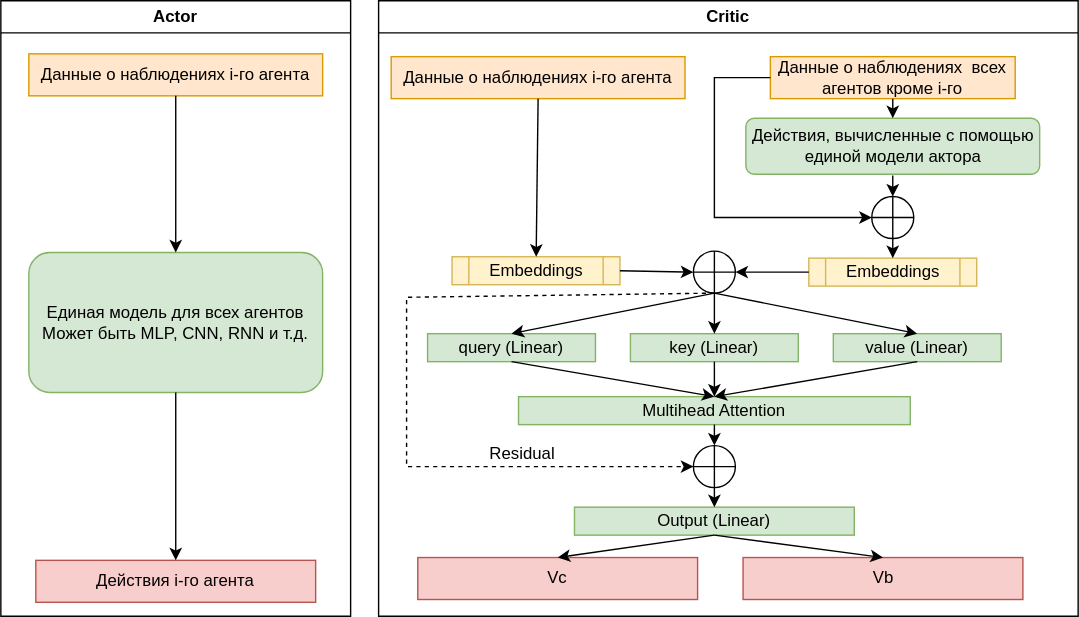
Before: Walker/MAPOCA/images/MAPOCA-schema.svg, a diagram exported from draw.io (ntrukhtanov/UnityModels). Source tidied: cells renumbered, new cells last; positions are measured from the earlier drawing's top-left corner, leaving out a move shared by most shapes. The source it was exported from:
```xml
<mxGraphModel>
  <root>
    <mxCell id="0" />
    <mxCell id="1" parent="0" />
    <mxCell id="2" value="Actor" style="swimlane;whiteSpace=wrap;html=1;" parent="1" vertex="1">
      <mxGeometry width="250" height="440" as="geometry" />
    </mxCell>
    <mxCell id="3" value="Единая модель для всех агентов&lt;br&gt;Может быть MLP, CNN, RNN и т.д." style="rounded=1;whiteSpace=wrap;html=1;fillColor=#d5e8d4;strokeColor=#82b366;" parent="2" vertex="1">
      <mxGeometry x="20" y="180" width="210" height="100" as="geometry" />
    </mxCell>
    <mxCell id="4" value="Действия i-го агента" style="text;html=1;strokeColor=#b85450;fillColor=#f8cecc;align=center;verticalAlign=middle;whiteSpace=wrap;rounded=0;" parent="2" vertex="1">
      <mxGeometry x="25" y="400" width="200" height="30" as="geometry" />
    </mxCell>
    <mxCell id="5" value="Данные о наблюдениях i-го агента" style="rounded=0;whiteSpace=wrap;html=1;fillColor=#ffe6cc;strokeColor=#d79b00;" parent="2" vertex="1">
      <mxGeometry x="20" y="38" width="210" height="30" as="geometry" />
    </mxCell>
    <mxCell id="6" style="endArrow=classic;html=1;rounded=0;exitX=0.5;exitY=1;exitDx=0;exitDy=0;entryX=0.5;entryY=0;entryDx=0;entryDy=0;" parent="2" edge="1" source="5" target="3">
      <mxGeometry relative="1" as="geometry" />
    </mxCell>
    <mxCell id="7" style="endArrow=classic;html=1;rounded=0;exitX=0.5;exitY=1;exitDx=0;exitDy=0;entryX=0.5;entryY=0;entryDx=0;entryDy=0;" parent="2" edge="1" source="3" target="4">
      <mxGeometry relative="1" as="geometry" />
    </mxCell>
    <mxCell id="8" value="Critic" style="swimlane;whiteSpace=wrap;html=1;" parent="1" vertex="1">
      <mxGeometry x="270" width="500" height="440" as="geometry" />
    </mxCell>
    <mxCell id="9" value="Действия, вычисленные с помощью единой модели актора" style="rounded=1;whiteSpace=wrap;html=1;fillColor=#d5e8d4;strokeColor=#82b366;" parent="8" vertex="1">
      <mxGeometry x="262.5" y="84" width="210" height="40" as="geometry" />
    </mxCell>
    <mxCell id="10" value="Vc" style="text;html=1;strokeColor=#b85450;fillColor=#f8cecc;align=center;verticalAlign=middle;whiteSpace=wrap;rounded=0;" parent="8" vertex="1">
      <mxGeometry x="28" y="398" width="200" height="30" as="geometry" />
    </mxCell>
    <mxCell id="11" value="Данные о наблюдениях i-го агента" style="rounded=0;whiteSpace=wrap;html=1;fillColor=#ffe6cc;strokeColor=#d79b00;" parent="8" vertex="1">
      <mxGeometry x="9" y="40" width="210" height="30" as="geometry" />
    </mxCell>
    <mxCell id="12" value="Embeddings" style="shape=process;whiteSpace=wrap;html=1;backgroundOutline=1;fillColor=#fff2cc;strokeColor=#d6b656;" parent="8" vertex="1">
      <mxGeometry x="52.5" y="183" width="120" height="20" as="geometry" />
    </mxCell>
    <mxCell id="13" style="endArrow=classic;html=1;rounded=0;exitX=0.5;exitY=1;exitDx=0;exitDy=0;" parent="8" edge="1" source="11" target="12">
      <mxGeometry relative="1" as="geometry" />
    </mxCell>
    <mxCell id="14" value="Данные о наблюдениях&amp;nbsp; всех агентов кроме i-го" style="rounded=0;whiteSpace=wrap;html=1;fillColor=#ffe6cc;strokeColor=#d79b00;" parent="8" vertex="1">
      <mxGeometry x="280" y="40" width="175" height="30" as="geometry" />
    </mxCell>
    <mxCell id="15" style="endArrow=classic;html=1;rounded=0;exitX=0.5;exitY=1;exitDx=0;exitDy=0;entryX=0.5;entryY=0;entryDx=0;entryDy=0;" parent="8" edge="1" source="14" target="9">
      <mxGeometry relative="1" as="geometry" />
    </mxCell>
    <mxCell id="16" value="Embeddings" style="shape=process;whiteSpace=wrap;html=1;backgroundOutline=1;fillColor=#fff2cc;strokeColor=#d6b656;" parent="8" vertex="1">
      <mxGeometry x="307.5" y="184" width="120" height="20" as="geometry" />
    </mxCell>
    <mxCell id="17" style="endArrow=classic;html=1;rounded=0;entryX=0.5;entryY=0;entryDx=0;entryDy=0;exitX=0.5;exitY=1;exitDx=0;exitDy=0;startArrow=none;" parent="8" edge="1" source="19" target="16">
      <mxGeometry relative="1" as="geometry" />
    </mxCell>
    <mxCell id="18" style="endArrow=classic;html=1;rounded=0;exitX=0;exitY=0.5;exitDx=0;exitDy=0;entryX=0;entryY=0.5;entryDx=0;entryDy=0;" parent="8" edge="1" source="14" target="19">
      <mxGeometry relative="1" as="geometry">
        <Array as="points">
          <mxPoint x="240" y="55" />
          <mxPoint x="240" y="155" />
        </Array>
      </mxGeometry>
    </mxCell>
    <mxCell id="19" style="shape=orEllipse;perimeter=ellipsePerimeter;whiteSpace=wrap;html=1;backgroundOutline=1;" parent="8" vertex="1">
      <mxGeometry x="352.5" y="140" width="30" height="30" as="geometry" />
    </mxCell>
    <mxCell id="20" value="query (Linear)" style="rounded=0;whiteSpace=wrap;html=1;fillColor=#d5e8d4;strokeColor=#82b366;" parent="8" vertex="1">
      <mxGeometry x="35" y="238" width="120" height="20" as="geometry" />
    </mxCell>
    <mxCell id="21" value="key (Linear)" style="rounded=0;whiteSpace=wrap;html=1;fillColor=#d5e8d4;strokeColor=#82b366;" parent="8" vertex="1">
      <mxGeometry x="180" y="238" width="120" height="20" as="geometry" />
    </mxCell>
    <mxCell id="22" value="value (Linear)" style="rounded=0;whiteSpace=wrap;html=1;fillColor=#d5e8d4;strokeColor=#82b366;" parent="8" vertex="1">
      <mxGeometry x="325" y="238" width="120" height="20" as="geometry" />
    </mxCell>
    <mxCell id="23" style="shape=orEllipse;perimeter=ellipsePerimeter;whiteSpace=wrap;html=1;backgroundOutline=1;" parent="8" vertex="1">
      <mxGeometry x="225" y="179" width="30" height="30" as="geometry" />
    </mxCell>
    <mxCell id="24" style="endArrow=classic;html=1;rounded=0;exitX=0;exitY=0.5;exitDx=0;exitDy=0;entryX=1;entryY=0.5;entryDx=0;entryDy=0;" parent="8" edge="1" source="16" target="23">
      <mxGeometry relative="1" as="geometry" />
    </mxCell>
    <mxCell id="25" style="endArrow=classic;html=1;rounded=0;exitX=1;exitY=0.5;exitDx=0;exitDy=0;entryX=0;entryY=0.5;entryDx=0;entryDy=0;" parent="8" edge="1" source="12" target="23">
      <mxGeometry relative="1" as="geometry" />
    </mxCell>
    <mxCell id="26" style="endArrow=classic;html=1;rounded=0;exitX=0.5;exitY=1;exitDx=0;exitDy=0;entryX=0.5;entryY=0;entryDx=0;entryDy=0;" parent="8" edge="1" source="23" target="20">
      <mxGeometry relative="1" as="geometry" />
    </mxCell>
    <mxCell id="27" style="endArrow=classic;html=1;rounded=0;exitX=0.5;exitY=1;exitDx=0;exitDy=0;entryX=0.5;entryY=0;entryDx=0;entryDy=0;" parent="8" edge="1" source="23" target="21">
      <mxGeometry relative="1" as="geometry" />
    </mxCell>
    <mxCell id="28" style="endArrow=classic;html=1;rounded=0;exitX=0.5;exitY=1;exitDx=0;exitDy=0;entryX=0.5;entryY=0;entryDx=0;entryDy=0;" parent="8" edge="1" source="23" target="22">
      <mxGeometry relative="1" as="geometry" />
    </mxCell>
    <mxCell id="29" value="Output (Linear)" style="rounded=0;whiteSpace=wrap;html=1;fillColor=#d5e8d4;strokeColor=#82b366;" parent="8" vertex="1">
      <mxGeometry x="140" y="362" width="200" height="20" as="geometry" />
    </mxCell>
    <mxCell id="30" value="Vb" style="text;html=1;strokeColor=#b85450;fillColor=#f8cecc;align=center;verticalAlign=middle;whiteSpace=wrap;rounded=0;" parent="8" vertex="1">
      <mxGeometry x="260.5" y="398" width="200" height="30" as="geometry" />
    </mxCell>
    <mxCell id="31" style="endArrow=classic;html=1;rounded=0;entryX=0.5;entryY=0;entryDx=0;entryDy=0;exitX=0.5;exitY=1;exitDx=0;exitDy=0;" parent="8" edge="1" source="29" target="10">
      <mxGeometry relative="1" as="geometry" />
    </mxCell>
    <mxCell id="32" style="endArrow=classic;html=1;rounded=0;entryX=0.5;entryY=0;entryDx=0;entryDy=0;exitX=0.5;exitY=1;exitDx=0;exitDy=0;" parent="8" edge="1" source="29" target="30">
      <mxGeometry relative="1" as="geometry" />
    </mxCell>
    <mxCell id="33" style="shape=orEllipse;perimeter=ellipsePerimeter;whiteSpace=wrap;html=1;backgroundOutline=1;" parent="8" vertex="1">
      <mxGeometry x="225" y="318" width="30" height="30" as="geometry" />
    </mxCell>
    <mxCell id="34" style="endArrow=classic;html=1;rounded=0;entryX=0;entryY=0.5;entryDx=0;entryDy=0;exitX=0.5;exitY=1;exitDx=0;exitDy=0;dashed=1;" parent="8" edge="1" source="23" target="33">
      <mxGeometry relative="1" as="geometry">
        <Array as="points">
          <mxPoint x="20" y="212" />
          <mxPoint x="20" y="333" />
        </Array>
      </mxGeometry>
    </mxCell>
    <mxCell id="35" style="endArrow=classic;html=1;rounded=0;entryX=0.5;entryY=0;entryDx=0;entryDy=0;exitX=0.5;exitY=1;exitDx=0;exitDy=0;" parent="8" edge="1" source="33" target="29">
      <mxGeometry relative="1" as="geometry" />
    </mxCell>
    <mxCell id="36" style="endArrow=classic;html=1;rounded=0;exitX=0.5;exitY=1;exitDx=0;exitDy=0;startArrow=none;entryX=0.5;entryY=0;entryDx=0;entryDy=0;" parent="8" edge="1" target="19">
      <mxGeometry relative="1" as="geometry">
        <mxPoint x="367.5" y="125" as="sourcePoint" />
      </mxGeometry>
    </mxCell>
    <mxCell id="37" value="Multihead Attention" style="rounded=0;whiteSpace=wrap;html=1;fillColor=#d5e8d4;strokeColor=#82b366;" parent="1" vertex="1">
      <mxGeometry x="370" y="283" width="280" height="20" as="geometry" />
    </mxCell>
    <mxCell id="38" style="endArrow=classic;html=1;rounded=0;entryX=0.5;entryY=0;entryDx=0;entryDy=0;exitX=0.5;exitY=1;exitDx=0;exitDy=0;" parent="1" edge="1" source="20" target="37">
      <mxGeometry relative="1" as="geometry" />
    </mxCell>
    <mxCell id="39" style="endArrow=classic;html=1;rounded=0;exitX=0.5;exitY=1;exitDx=0;exitDy=0;entryX=0.5;entryY=0;entryDx=0;entryDy=0;" parent="1" edge="1" source="21" target="37">
      <mxGeometry relative="1" as="geometry" />
    </mxCell>
    <mxCell id="40" style="endArrow=classic;html=1;rounded=0;exitX=0.5;exitY=1;exitDx=0;exitDy=0;entryX=0.5;entryY=0;entryDx=0;entryDy=0;" parent="1" edge="1" source="22" target="37">
      <mxGeometry relative="1" as="geometry" />
    </mxCell>
    <mxCell id="41" style="endArrow=classic;html=1;rounded=0;entryX=0.5;entryY=0;entryDx=0;entryDy=0;exitX=0.5;exitY=1;exitDx=0;exitDy=0;" parent="1" edge="1" source="37" target="33">
      <mxGeometry relative="1" as="geometry" />
    </mxCell>
    <mxCell id="42" value="Residual" style="text;html=1;strokeColor=none;fillColor=none;align=center;verticalAlign=middle;whiteSpace=wrap;rounded=0;" parent="1" vertex="1">
      <mxGeometry x="343" y="309" width="60" height="30" as="geometry" />
    </mxCell>
  </root>
</mxGraphModel>
```
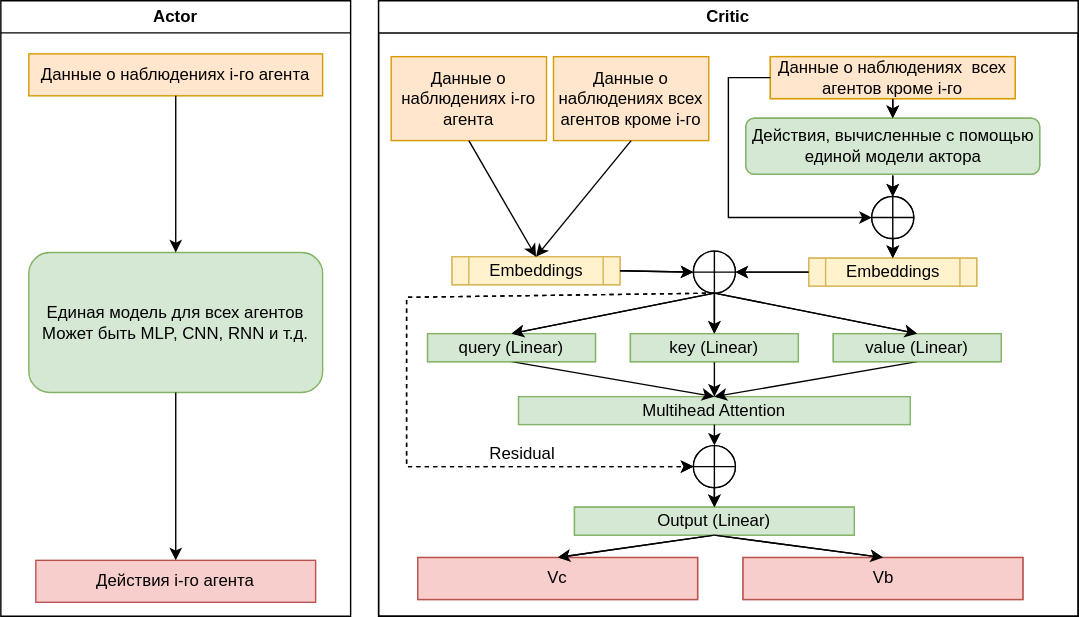
Later version of the same file.

Commit message:
Исправлена схема 1

Diff of the diagram source:
```diff
@@ -20,7 +20,7 @@
     <mxCell id="7" style="endArrow=classic;html=1;rounded=0;exitX=0.5;exitY=1;exitDx=0;exitDy=0;entryX=0.5;entryY=0;entryDx=0;entryDy=0;" parent="2" edge="1" source="3" target="4">
       <mxGeometry relative="1" as="geometry" />
     </mxCell>
-    <mxCell id="8" value="Critic" style="swimlane;whiteSpace=wrap;html=1;" parent="1" vertex="1">
+    <mxCell id="8" value="в" style="swimlane;whiteSpace=wrap;html=1;" parent="1" vertex="1">
       <mxGeometry x="270" width="500" height="440" as="geometry" />
     </mxCell>
     <mxCell id="9" value="Действия, вычисленные с помощью единой модели актора" style="rounded=1;whiteSpace=wrap;html=1;fillColor=#d5e8d4;strokeColor=#82b366;" parent="8" vertex="1">
@@ -29,15 +29,9 @@
     <mxCell id="10" value="Vc" style="text;html=1;strokeColor=#b85450;fillColor=#f8cecc;align=center;verticalAlign=middle;whiteSpace=wrap;rounded=0;" parent="8" vertex="1">
       <mxGeometry x="28" y="398" width="200" height="30" as="geometry" />
     </mxCell>
-    <mxCell id="11" value="Данные о наблюдениях i-го агента" style="rounded=0;whiteSpace=wrap;html=1;fillColor=#ffe6cc;strokeColor=#d79b00;" parent="8" vertex="1">
-      <mxGeometry x="9" y="40" width="210" height="30" as="geometry" />
-    </mxCell>
     <mxCell id="12" value="Embeddings" style="shape=process;whiteSpace=wrap;html=1;backgroundOutline=1;fillColor=#fff2cc;strokeColor=#d6b656;" parent="8" vertex="1">
       <mxGeometry x="52.5" y="183" width="120" height="20" as="geometry" />
     </mxCell>
-    <mxCell id="13" style="endArrow=classic;html=1;rounded=0;exitX=0.5;exitY=1;exitDx=0;exitDy=0;" parent="8" edge="1" source="11" target="12">
-      <mxGeometry relative="1" as="geometry" />
-    </mxCell>
     <mxCell id="14" value="Данные о наблюдениях&amp;nbsp; всех агентов кроме i-го" style="rounded=0;whiteSpace=wrap;html=1;fillColor=#ffe6cc;strokeColor=#d79b00;" parent="8" vertex="1">
       <mxGeometry x="280" y="40" width="175" height="30" as="geometry" />
     </mxCell>
@@ -50,14 +44,6 @@
     <mxCell id="17" style="endArrow=classic;html=1;rounded=0;entryX=0.5;entryY=0;entryDx=0;entryDy=0;exitX=0.5;exitY=1;exitDx=0;exitDy=0;startArrow=none;" parent="8" edge="1" source="19" target="16">
       <mxGeometry relative="1" as="geometry" />
     </mxCell>
-    <mxCell id="18" style="endArrow=classic;html=1;rounded=0;exitX=0;exitY=0.5;exitDx=0;exitDy=0;entryX=0;entryY=0.5;entryDx=0;entryDy=0;" parent="8" edge="1" source="14" target="19">
-      <mxGeometry relative="1" as="geometry">
-        <Array as="points">
-          <mxPoint x="240" y="55" />
-          <mxPoint x="240" y="155" />
-        </Array>
-      </mxGeometry>
-    </mxCell>
     <mxCell id="19" style="shape=orEllipse;perimeter=ellipsePerimeter;whiteSpace=wrap;html=1;backgroundOutline=1;" parent="8" vertex="1">
       <mxGeometry x="352.5" y="140" width="30" height="30" as="geometry" />
     </mxCell>
@@ -137,5 +123,110 @@
     <mxCell id="42" value="Residual" style="text;html=1;strokeColor=none;fillColor=none;align=center;verticalAlign=middle;whiteSpace=wrap;rounded=0;" parent="1" vertex="1">
       <mxGeometry x="343" y="309" width="60" height="30" as="geometry" />
     </mxCell>
+    <mxCell id="43" value="Critic" style="swimlane;whiteSpace=wrap;html=1;" parent="1" vertex="1">
+      <mxGeometry x="270" width="500" height="440" as="geometry" />
+    </mxCell>
+    <mxCell id="44" value="Действия, вычисленные с помощью единой модели актора" style="rounded=1;whiteSpace=wrap;html=1;fillColor=#d5e8d4;strokeColor=#82b366;" parent="43" vertex="1">
+      <mxGeometry x="262.5" y="84" width="210" height="40" as="geometry" />
+    </mxCell>
+    <mxCell id="45" value="Vc" style="text;html=1;strokeColor=#b85450;fillColor=#f8cecc;align=center;verticalAlign=middle;whiteSpace=wrap;rounded=0;" parent="43" vertex="1">
+      <mxGeometry x="28" y="398" width="200" height="30" as="geometry" />
+    </mxCell>
+    <mxCell id="11" value="Данные о наблюдениях i-го агента" style="rounded=0;whiteSpace=wrap;html=1;fillColor=#ffe6cc;strokeColor=#d79b00;" parent="43" vertex="1">
+      <mxGeometry x="9" y="40" width="111" height="60" as="geometry" />
+    </mxCell>
+    <mxCell id="46" value="Embeddings" style="shape=process;whiteSpace=wrap;html=1;backgroundOutline=1;fillColor=#fff2cc;strokeColor=#d6b656;" parent="43" vertex="1">
+      <mxGeometry x="52.5" y="183" width="120" height="20" as="geometry" />
+    </mxCell>
+    <mxCell id="47" style="endArrow=classic;html=1;rounded=0;exitX=0.5;exitY=1;exitDx=0;exitDy=0;entryX=0.5;entryY=0;entryDx=0;entryDy=0;" parent="43" edge="1" source="11" target="46">
+      <mxGeometry relative="1" as="geometry" />
+    </mxCell>
+    <mxCell id="48" value="Данные о наблюдениях&amp;nbsp; всех агентов кроме i-го" style="rounded=0;whiteSpace=wrap;html=1;fillColor=#ffe6cc;strokeColor=#d79b00;" parent="43" vertex="1">
+      <mxGeometry x="280" y="40" width="175" height="30" as="geometry" />
+    </mxCell>
+    <mxCell id="49" style="endArrow=classic;html=1;rounded=0;exitX=0.5;exitY=1;exitDx=0;exitDy=0;entryX=0.5;entryY=0;entryDx=0;entryDy=0;" parent="43" edge="1" source="48" target="44">
+      <mxGeometry relative="1" as="geometry" />
+    </mxCell>
+    <mxCell id="50" value="Embeddings" style="shape=process;whiteSpace=wrap;html=1;backgroundOutline=1;fillColor=#fff2cc;strokeColor=#d6b656;" parent="43" vertex="1">
+      <mxGeometry x="307.5" y="184" width="120" height="20" as="geometry" />
+    </mxCell>
+    <mxCell id="51" style="endArrow=classic;html=1;rounded=0;entryX=0.5;entryY=0;entryDx=0;entryDy=0;exitX=0.5;exitY=1;exitDx=0;exitDy=0;startArrow=none;" parent="43" edge="1" source="53" target="50">
+      <mxGeometry relative="1" as="geometry" />
+    </mxCell>
+    <mxCell id="52" style="endArrow=classic;html=1;rounded=0;exitX=0;exitY=0.5;exitDx=0;exitDy=0;entryX=0;entryY=0.5;entryDx=0;entryDy=0;" parent="43" edge="1" source="48" target="53">
+      <mxGeometry relative="1" as="geometry">
+        <Array as="points">
+          <mxPoint x="250" y="55" />
+          <mxPoint x="250" y="155" />
+        </Array>
+      </mxGeometry>
+    </mxCell>
+    <mxCell id="53" style="shape=orEllipse;perimeter=ellipsePerimeter;whiteSpace=wrap;html=1;backgroundOutline=1;" parent="43" vertex="1">
+      <mxGeometry x="352.5" y="140" width="30" height="30" as="geometry" />
+    </mxCell>
+    <mxCell id="54" value="query (Linear)" style="rounded=0;whiteSpace=wrap;html=1;fillColor=#d5e8d4;strokeColor=#82b366;" parent="43" vertex="1">
+      <mxGeometry x="35" y="238" width="120" height="20" as="geometry" />
+    </mxCell>
+    <mxCell id="55" value="key (Linear)" style="rounded=0;whiteSpace=wrap;html=1;fillColor=#d5e8d4;strokeColor=#82b366;" parent="43" vertex="1">
+      <mxGeometry x="180" y="238" width="120" height="20" as="geometry" />
+    </mxCell>
+    <mxCell id="56" value="value (Linear)" style="rounded=0;whiteSpace=wrap;html=1;fillColor=#d5e8d4;strokeColor=#82b366;" parent="43" vertex="1">
+      <mxGeometry x="325" y="238" width="120" height="20" as="geometry" />
+    </mxCell>
+    <mxCell id="57" style="shape=orEllipse;perimeter=ellipsePerimeter;whiteSpace=wrap;html=1;backgroundOutline=1;" parent="43" vertex="1">
+      <mxGeometry x="225" y="179" width="30" height="30" as="geometry" />
+    </mxCell>
+    <mxCell id="58" style="endArrow=classic;html=1;rounded=0;exitX=0;exitY=0.5;exitDx=0;exitDy=0;entryX=1;entryY=0.5;entryDx=0;entryDy=0;" parent="43" edge="1" source="50" target="57">
+      <mxGeometry relative="1" as="geometry" />
+    </mxCell>
+    <mxCell id="59" style="endArrow=classic;html=1;rounded=0;exitX=1;exitY=0.5;exitDx=0;exitDy=0;entryX=0;entryY=0.5;entryDx=0;entryDy=0;" parent="43" edge="1" source="46" target="57">
+      <mxGeometry relative="1" as="geometry" />
+    </mxCell>
+    <mxCell id="60" style="endArrow=classic;html=1;rounded=0;exitX=0.5;exitY=1;exitDx=0;exitDy=0;entryX=0.5;entryY=0;entryDx=0;entryDy=0;" parent="43" edge="1" source="57" target="54">
+      <mxGeometry relative="1" as="geometry" />
+    </mxCell>
+    <mxCell id="61" style="endArrow=classic;html=1;rounded=0;exitX=0.5;exitY=1;exitDx=0;exitDy=0;entryX=0.5;entryY=0;entryDx=0;entryDy=0;" parent="43" edge="1" source="57" target="55">
+      <mxGeometry relative="1" as="geometry" />
+    </mxCell>
+    <mxCell id="62" style="endArrow=classic;html=1;rounded=0;exitX=0.5;exitY=1;exitDx=0;exitDy=0;entryX=0.5;entryY=0;entryDx=0;entryDy=0;" parent="43" edge="1" source="57" target="56">
+      <mxGeometry relative="1" as="geometry" />
+    </mxCell>
+    <mxCell id="63" value="Output (Linear)" style="rounded=0;whiteSpace=wrap;html=1;fillColor=#d5e8d4;strokeColor=#82b366;" parent="43" vertex="1">
+      <mxGeometry x="140" y="362" width="200" height="20" as="geometry" />
+    </mxCell>
+    <mxCell id="64" value="Vb" style="text;html=1;strokeColor=#b85450;fillColor=#f8cecc;align=center;verticalAlign=middle;whiteSpace=wrap;rounded=0;" parent="43" vertex="1">
+      <mxGeometry x="260.5" y="398" width="200" height="30" as="geometry" />
+    </mxCell>
+    <mxCell id="65" style="endArrow=classic;html=1;rounded=0;entryX=0.5;entryY=0;entryDx=0;entryDy=0;exitX=0.5;exitY=1;exitDx=0;exitDy=0;" parent="43" edge="1" source="63" target="45">
+      <mxGeometry relative="1" as="geometry" />
+    </mxCell>
+    <mxCell id="66" style="endArrow=classic;html=1;rounded=0;entryX=0.5;entryY=0;entryDx=0;entryDy=0;exitX=0.5;exitY=1;exitDx=0;exitDy=0;" parent="43" edge="1" source="63" target="64">
+      <mxGeometry relative="1" as="geometry" />
+    </mxCell>
+    <mxCell id="67" style="shape=orEllipse;perimeter=ellipsePerimeter;whiteSpace=wrap;html=1;backgroundOutline=1;" parent="43" vertex="1">
+      <mxGeometry x="225" y="318" width="30" height="30" as="geometry" />
+    </mxCell>
+    <mxCell id="68" style="endArrow=classic;html=1;rounded=0;entryX=0;entryY=0.5;entryDx=0;entryDy=0;exitX=0.5;exitY=1;exitDx=0;exitDy=0;dashed=1;" parent="43" edge="1" source="57" target="67">
+      <mxGeometry relative="1" as="geometry">
+        <Array as="points">
+          <mxPoint x="20" y="212" />
+          <mxPoint x="20" y="333" />
+        </Array>
+      </mxGeometry>
+    </mxCell>
+    <mxCell id="69" style="endArrow=classic;html=1;rounded=0;entryX=0.5;entryY=0;entryDx=0;entryDy=0;exitX=0.5;exitY=1;exitDx=0;exitDy=0;" parent="43" edge="1" source="67" target="63">
+      <mxGeometry relative="1" as="geometry" />
+    </mxCell>
+    <mxCell id="70" style="endArrow=classic;html=1;rounded=0;exitX=0.5;exitY=1;exitDx=0;exitDy=0;startArrow=none;entryX=0.5;entryY=0;entryDx=0;entryDy=0;" parent="43" edge="1" target="53">
+      <mxGeometry relative="1" as="geometry">
+        <mxPoint x="367.5" y="125" as="sourcePoint" />
+      </mxGeometry>
+    </mxCell>
+    <mxCell id="71" value="Данные о наблюдениях всех агентов кроме i-го" style="rounded=0;whiteSpace=wrap;html=1;fillColor=#ffe6cc;strokeColor=#d79b00;" parent="1" vertex="1">
+      <mxGeometry x="395" y="40" width="111" height="60" as="geometry" />
+    </mxCell>
+    <mxCell id="13" style="endArrow=classic;html=1;rounded=0;exitX=0.5;exitY=1;exitDx=0;exitDy=0;entryX=0.5;entryY=0;entryDx=0;entryDy=0;" parent="1" edge="1" source="71" target="46">
+      <mxGeometry relative="1" as="geometry" />
+    </mxCell>
   </root>
 </mxGraphModel>
```
